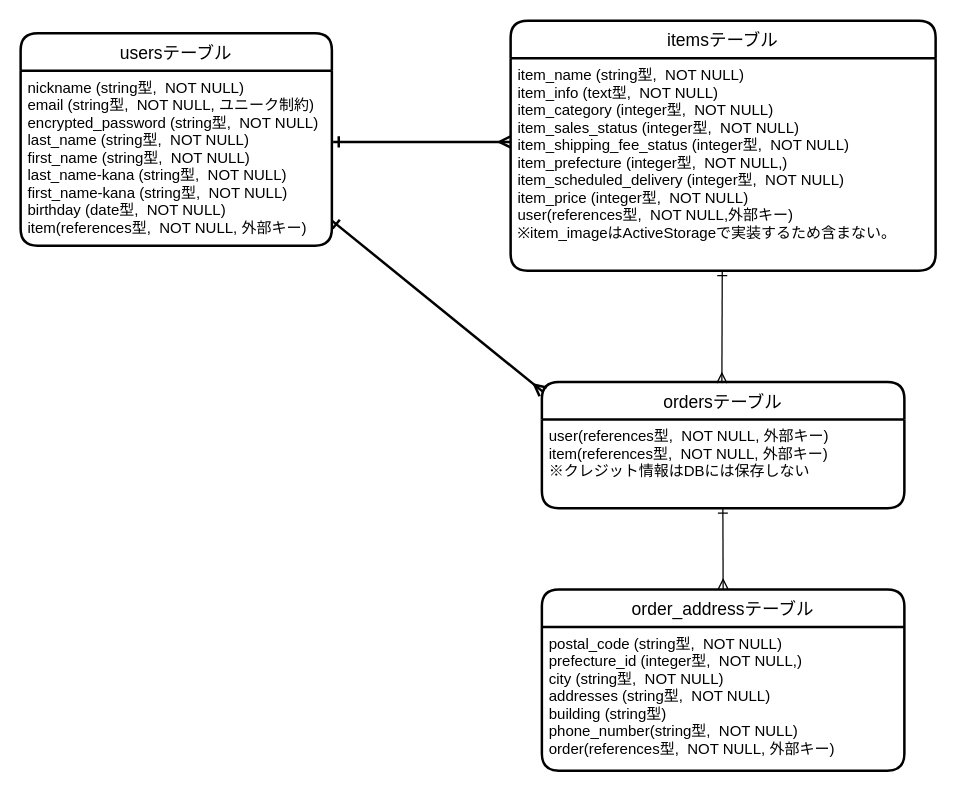
The draw.io diagram furima.dio in miurachikaa/furima-38865, before the edit. Source tidied: cells renumbered, new cells numbered last; positions are measured from the earlier drawing's top-left corner, leaving out a move shared by most shapes. Both pictures are drawn from the tidied source at 125%, with x=0, y=0 at pixel (20, 20).
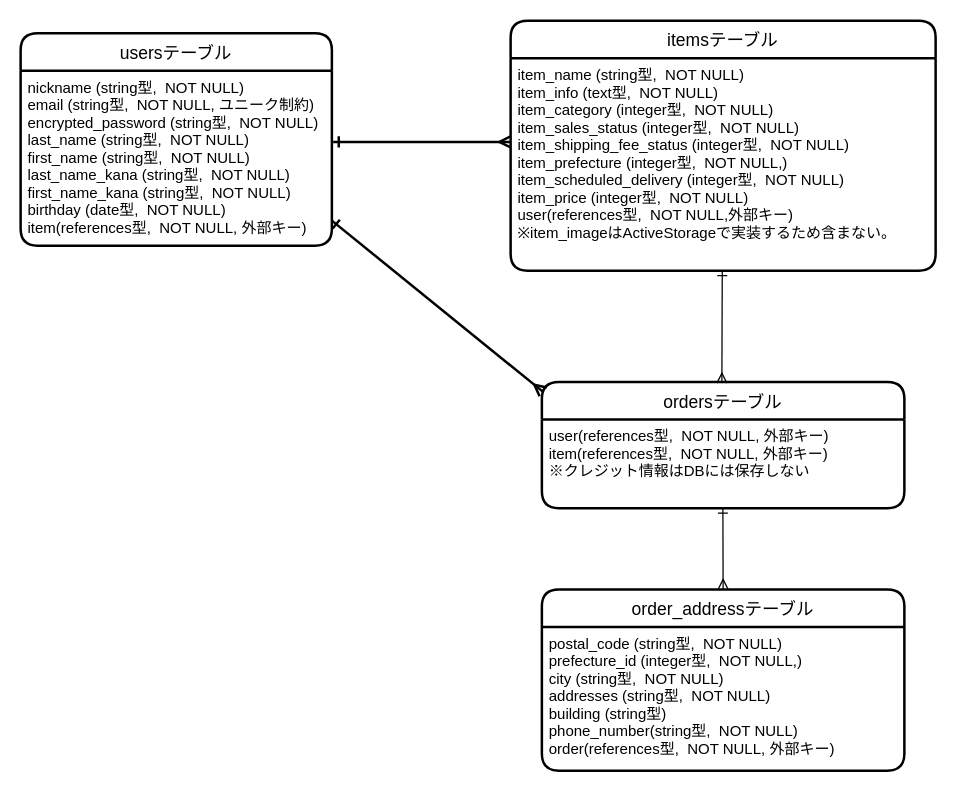
Above is the later version.

Commit message:
DB設計の実装（修正）

What changed in the source:
```diff
@@
 <mxGraphModel>
   <root>
     <mxCell id="0" />
     <mxCell id="1" parent="0" />
     <mxCell id="2" value="usersテーブル" style="swimlane;horizontal=1;startSize=30;rounded=1;fontSize=14;fontStyle=0;strokeWidth=2;shadow=0;dashed=0;align=center;" parent="1" vertex="1">
       <mxGeometry y="10" width="249" height="170" as="geometry" />
     </mxCell>
-    <mxCell id="3" value="nickname (string型,  NOT NULL)&#10;email (string型,  NOT NULL, ユニーク制約)&#10;encrypted_password (string型,  NOT NULL)&#10;last_name (string型,  NOT NULL)&#10;first_name (string型,  NOT NULL)&#10;last_name-kana (string型,  NOT NULL)&#10;first_name-kana (string型,  NOT NULL)&#10;birthday (date型,  NOT NULL)&#10;item(references型,  NOT NULL, 外部キー)&#10;&#10;" style="align=left;strokeColor=none;fillColor=none;spacingLeft=4;fontSize=12;verticalAlign=top;" parent="2" vertex="1">
+    <mxCell id="3" value="nickname (string型,  NOT NULL)&#10;email (string型,  NOT NULL, ユニーク制約)&#10;encrypted_password (string型,  NOT NULL)&#10;last_name (string型,  NOT NULL)&#10;first_name (string型,  NOT NULL)&#10;last_name_kana (string型,  NOT NULL)&#10;first_name_kana (string型,  NOT NULL)&#10;birthday (date型,  NOT NULL)&#10;item(references型,  NOT NULL, 外部キー)&#10;&#10;" style="align=left;strokeColor=none;fillColor=none;spacingLeft=4;fontSize=12;verticalAlign=top;" parent="2" vertex="1">
       <mxGeometry y="30" width="249" height="140" as="geometry" />
     </mxCell>
     <mxCell id="4" value="itemsテーブル" style="swimlane;horizontal=1;startSize=30;rounded=1;fontSize=14;fontStyle=0;strokeWidth=2;shadow=0;dashed=0;align=center;" parent="1" vertex="1">
       <mxGeometry x="392" width="340" height="200" as="geometry" />
     </mxCell>
     <mxCell id="5" value="item_name (string型,  NOT NULL)&#10;item_info (text型,  NOT NULL)&#10;item_category (integer型,  NOT NULL)&#10;item_sales_status (integer型,  NOT NULL)&#10;item_shipping_fee_status (integer型,  NOT NULL)&#10;item_prefecture (integer型,  NOT NULL,)&#10;item_scheduled_delivery (integer型,  NOT NULL)&#10;item_price (integer型,  NOT NULL)&#10;user(references型,  NOT NULL,外部キー)&#10;※item_imageはActiveStorageで実装するため含まない。" style="align=left;strokeColor=none;fillColor=none;spacingLeft=4;fontSize=12;verticalAlign=top;" parent="4" vertex="1">
       <mxGeometry y="30" width="340" height="170" as="geometry" />
     </mxCell>
     <mxCell id="6" value="ordersテーブル" style="swimlane;horizontal=1;startSize=30;rounded=1;fontSize=14;fontStyle=0;strokeWidth=2;shadow=0;dashed=0;align=center;" parent="1" vertex="1">
       <mxGeometry x="417" y="289" width="290" height="101" as="geometry" />
     </mxCell>
     <mxCell id="7" value="user(references型,  NOT NULL, 外部キー)&#10;item(references型,  NOT NULL, 外部キー)&#10;※クレジット情報はDBには保存しない" style="align=left;strokeColor=none;fillColor=none;spacingLeft=4;fontSize=12;verticalAlign=top;" parent="6" vertex="1">
       <mxGeometry y="30" width="290" height="71" as="geometry" />
     </mxCell>
     <mxCell id="8" value="order_addressテーブル" style="swimlane;horizontal=1;startSize=30;rounded=1;fontSize=14;fontStyle=0;strokeWidth=2;shadow=0;dashed=0;align=center;" parent="1" vertex="1">
       <mxGeometry x="417" y="455" width="290" height="145" as="geometry" />
     </mxCell>
     <mxCell id="9" value="postal_code (string型,  NOT NULL)&#10;prefecture_id (integer型,  NOT NULL,)&#10;city (string型,  NOT NULL)&#10;addresses (string型,  NOT NULL)&#10;building (string型)&#10;phone_number(string型,  NOT NULL)&#10;order(references型,  NOT NULL, 外部キー)&#10;&#10;&#10;" style="align=left;strokeColor=none;fillColor=none;spacingLeft=4;fontSize=12;verticalAlign=top;" parent="8" vertex="1">
       <mxGeometry y="30" width="290" height="115" as="geometry" />
     </mxCell>
     <mxCell id="10" style="endArrow=ERmany;html=1;rounded=0;startArrow=ERone;startFill=0;endFill=0;entryX=0;entryY=0.5;entryDx=0;entryDy=0;exitX=1;exitY=0.5;exitDx=0;exitDy=0;strokeWidth=2;" parent="1" edge="1">
       <mxGeometry relative="1" as="geometry">
         <mxPoint x="250" y="97" as="sourcePoint" />
         <mxPoint x="392" y="97" as="targetPoint" />
       </mxGeometry>
     </mxCell>
     <mxCell id="11" style="endArrow=ERmany;html=1;rounded=0;startArrow=ERone;startFill=0;endFill=0;strokeWidth=2;" parent="1" edge="1">
       <mxGeometry relative="1" as="geometry">
         <mxPoint x="249" y="160" as="sourcePoint" />
         <mxPoint x="418" y="297" as="targetPoint" />
       </mxGeometry>
     </mxCell>
     <mxCell id="12" style="endArrow=ERone;html=1;rounded=0;endFill=0;startArrow=ERmany;startFill=0;" parent="1" edge="1">
       <mxGeometry relative="1" as="geometry">
         <mxPoint x="561" y="290" as="sourcePoint" />
         <mxPoint x="561.3" y="200" as="targetPoint" />
       </mxGeometry>
     </mxCell>
     <mxCell id="13" style="endArrow=ERone;html=1;rounded=0;endFill=0;startArrow=ERmany;startFill=0;exitX=0.5;exitY=0;exitDx=0;exitDy=0;" parent="1" edge="1" source="8">
       <mxGeometry relative="1" as="geometry">
         <mxPoint x="561.8" y="390" as="targetPoint" />
       </mxGeometry>
     </mxCell>
   </root>
 </mxGraphModel>
```
